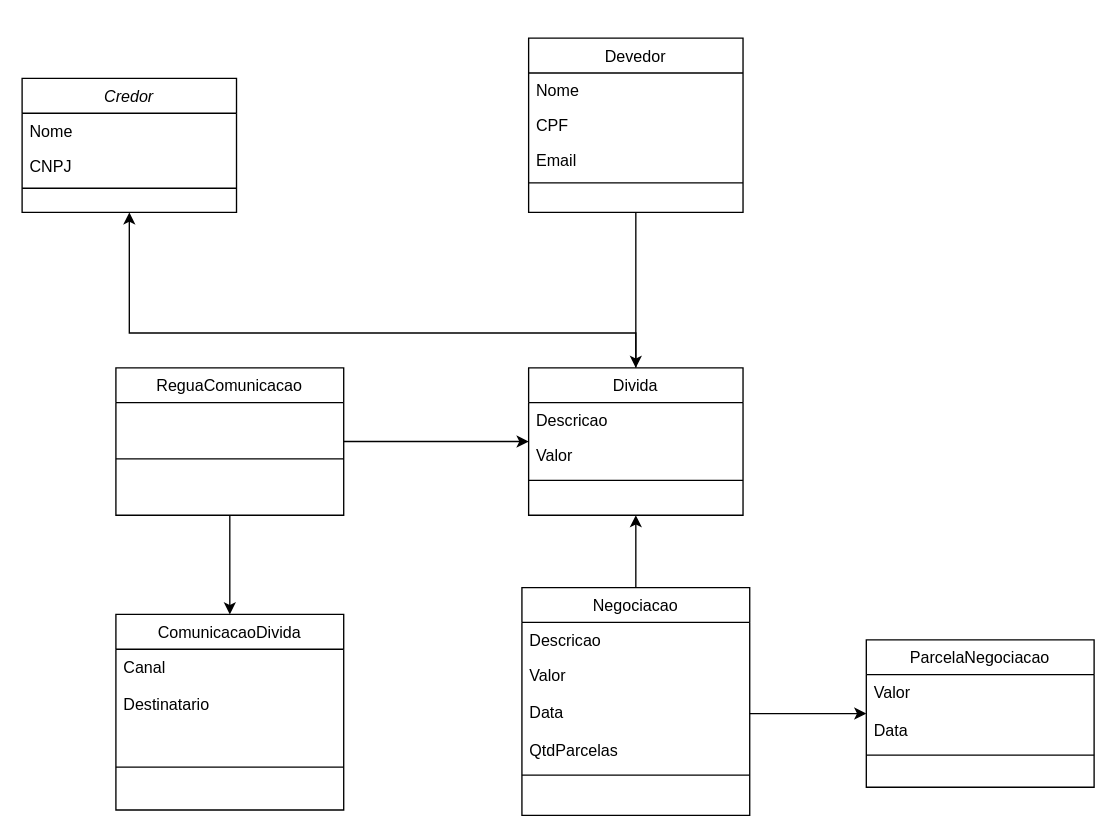
Above: Estimativa Cobranca.drawio in caio-bueno/draws-valid (draw.io), before the change. Source tidied: cells renumbered, new cells numbered last; positions are measured from the earlier drawing's top-left corner, leaving out a move shared by most shapes. Both pictures are drawn from the tidied source at 134%, with x=0, y=0 at pixel (21, 38).
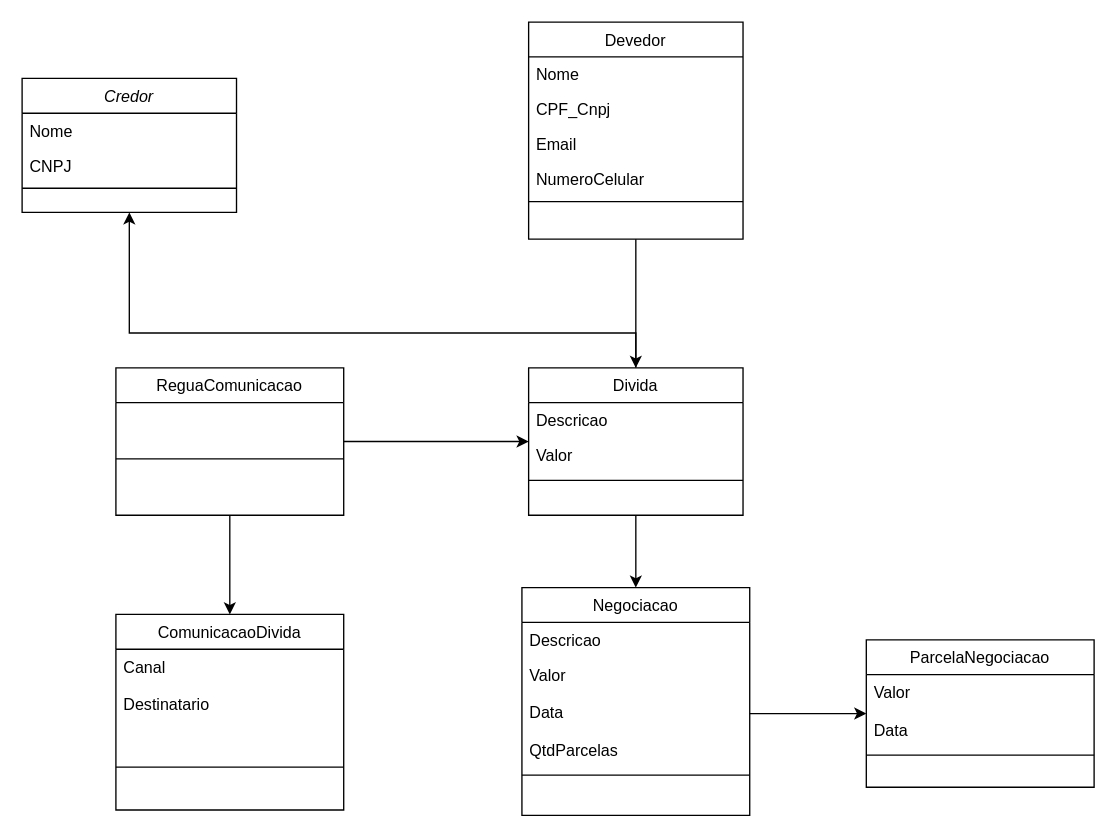
The same page after the edit.

The change refers to these unchanged cells:
```xml
<mxCell id="7" value="Divida" style="swimlane;fontStyle=0;align=center;verticalAlign=top;horizontal=1;startSize=26;rounded=0;shadow=0;strokeWidth=1;" parent="1" vertex="1">
  <mxGeometry x="378" y="246" width="160" height="110" as="geometry" />
</mxCell>
<mxCell id="18" value="Negociacao" style="swimlane;fontStyle=0;align=center;verticalAlign=top;horizontal=1;startSize=26;rounded=0;shadow=0;strokeWidth=1;" parent="1" vertex="1">
  <mxGeometry x="373" y="410" width="170" height="170" as="geometry" />
</mxCell>
```

What changed in the source:
```diff
@@
+    <mxCell id="37" style="edgeStyle=orthogonalEdgeStyle;rounded=0;jettySize=auto;html=1;" parent="1" edge="1" source="7" target="18">
+      <mxGeometry relative="1" as="geometry" />
+    </mxCell>
@@
     <mxCell id="12" value="Devedor" style="swimlane;fontStyle=0;align=center;verticalAlign=top;horizontal=1;startSize=26;rounded=0;shadow=0;strokeWidth=1;" parent="1" vertex="1">
-      <mxGeometry x="378" width="160" height="130" as="geometry" />
+      <mxGeometry x="378" y="-12" width="160" height="162" as="geometry" />
     </mxCell>
@@
-    <mxCell id="14" value="CPF" style="text;align=left;verticalAlign=top;spacingLeft=4;spacingRight=4;overflow=hidden;rounded=0;shadow=0;html=0;" parent="12" vertex="1">
+    <mxCell id="14" value="CPF_Cnpj" style="text;align=left;verticalAlign=top;spacingLeft=4;spacingRight=4;overflow=hidden;rounded=0;shadow=0;html=0;" parent="12" vertex="1">
       <mxGeometry y="52" width="160" height="26" as="geometry" />
     </mxCell>
@@
+    <mxCell id="38" value="NumeroCelular" style="text;align=left;verticalAlign=top;spacingLeft=4;spacingRight=4;overflow=hidden;rounded=0;shadow=0;html=0;" parent="12" vertex="1">
+      <mxGeometry y="104" width="160" height="26" as="geometry" />
+    </mxCell>
     <mxCell id="16" style="line;html=1;strokeWidth=1;align=left;verticalAlign=middle;spacingTop=-1;spacingLeft=3;spacingRight=3;labelPosition=right;" parent="12" vertex="1">
-      <mxGeometry y="104" width="160" height="8" as="geometry" />
+      <mxGeometry y="130" width="160" height="8" as="geometry" />
     </mxCell>
-    <mxCell id="17" style="edgeStyle=orthogonalEdgeStyle;rounded=0;jettySize=auto;html=1;" parent="1" edge="1" source="18" target="7">
-      <mxGeometry relative="1" as="geometry" />
-    </mxCell>
```
